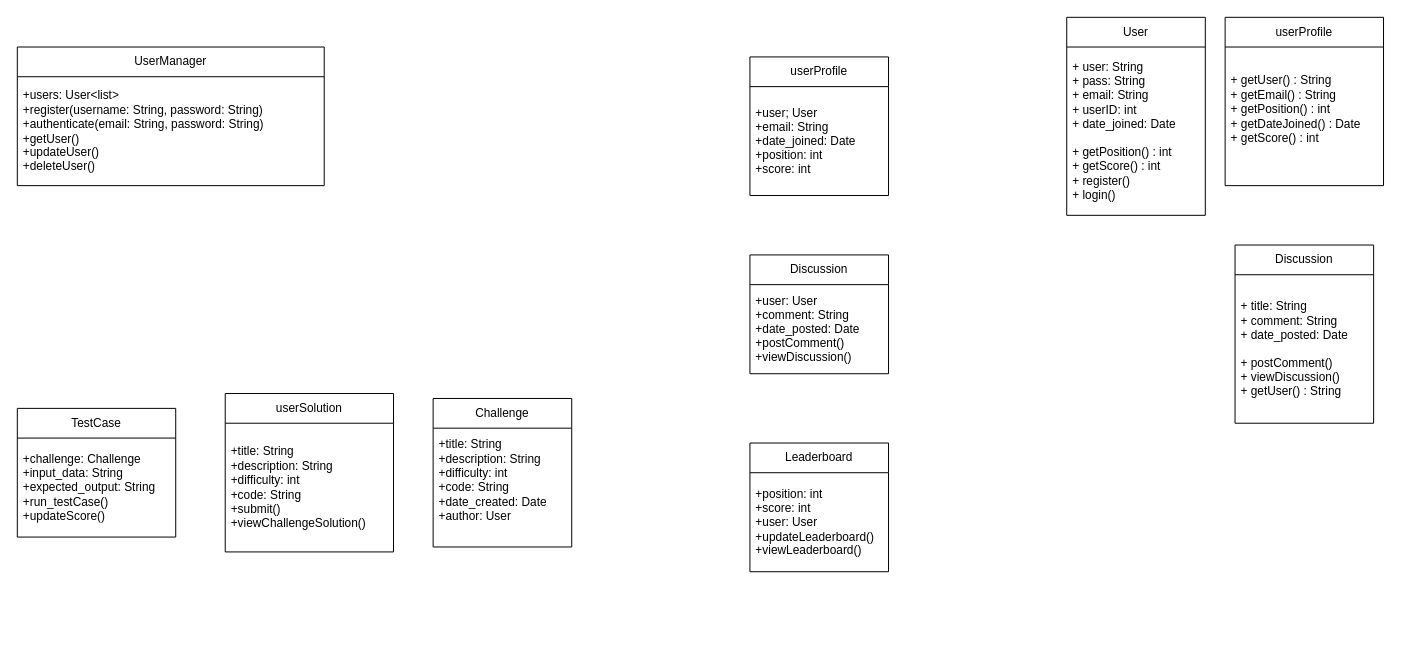
The draw.io diagram class-diagram.drawio in rayesalnasra/code-golf, before the edit. Source tidied: cells renumbered, new cells numbered last; positions are measured from the earlier drawing's top-left corner, leaving out a move shared by most shapes. Both pictures are drawn from the tidied source at 99%, with x=0, y=0 at pixel (17, 17).
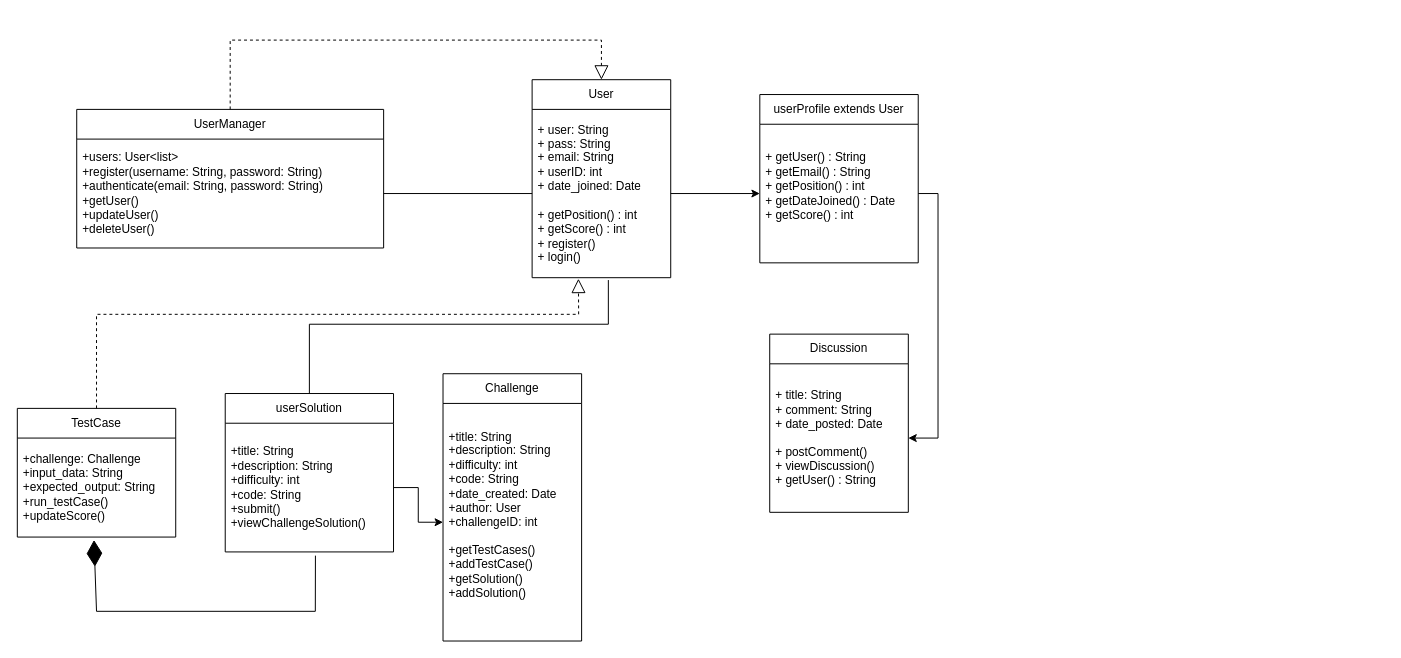
Above is the later version.

The change refers to these unchanged cells:
```xml
<mxCell id="3" value="+users: User&amp;lt;list&amp;gt;&lt;div&gt;+register(username: String, password: String)&lt;/div&gt;&lt;div&gt;+authenticate(email: String, password: String)&lt;/div&gt;&lt;div&gt;+getUser()&lt;/div&gt;&lt;div&gt;+updateUser()&lt;/div&gt;&lt;div&gt;+deleteUser()&lt;/div&gt;" style="text;strokeColor=none;fillColor=none;align=left;verticalAlign=middle;spacingLeft=4;spacingRight=4;overflow=hidden;points=[[0,0.5],[1,0.5]];portConstraint=eastwest;whiteSpace=wrap;html=1;" parent="2" vertex="1">
  <mxGeometry y="30" width="310" height="110" as="geometry" />
</mxCell>
<mxCell id="8" value="userSolution" style="swimlane;fontStyle=0;horizontal=1;startSize=30;whiteSpace=wrap;html=1;" parent="1" vertex="1">
  <mxGeometry x="210" y="380" width="170" height="160" as="geometry" />
</mxCell>
<mxCell id="9" value="+title: String&lt;div&gt;+description: String&lt;/div&gt;&lt;div&gt;+difficulty: int&lt;/div&gt;&lt;div&gt;+code: String&lt;/div&gt;&lt;div&gt;+submit()&lt;/div&gt;&lt;div&gt;+viewChallengeSolution()&lt;/div&gt;" style="text;strokeColor=none;fillColor=none;align=left;verticalAlign=middle;spacingLeft=4;spacingRight=4;overflow=hidden;points=[[0,0.5],[1,0.5]];portConstraint=eastwest;whiteSpace=wrap;html=1;" parent="8" vertex="1">
  <mxGeometry y="30" width="170" height="130" as="geometry" />
</mxCell>
<mxCell id="10" value="TestCase" style="swimlane;fontStyle=0;horizontal=1;startSize=30;whiteSpace=wrap;html=1;" parent="1" vertex="1">
  <mxGeometry y="395" width="160" height="130" as="geometry" />
</mxCell>
<mxCell id="11" value="+challenge: Challenge&lt;div&gt;+input_data: String&lt;/div&gt;&lt;div&gt;+expected_output: String&amp;nbsp;&lt;/div&gt;&lt;div&gt;+run_testCase()&lt;/div&gt;&lt;div&gt;+updateScore()&lt;/div&gt;" style="text;strokeColor=none;fillColor=none;align=left;verticalAlign=middle;spacingLeft=4;spacingRight=4;overflow=hidden;points=[[0,0.5],[1,0.5]];portConstraint=eastwest;whiteSpace=wrap;html=1;" parent="10" vertex="1">
  <mxGeometry y="30" width="160" height="100" as="geometry" />
</mxCell>
<mxCell id="17" value="+ user: String&lt;div&gt;+ pass: String&lt;/div&gt;&lt;div&gt;+ email: String&lt;/div&gt;&lt;div&gt;+ userID: int&lt;/div&gt;&lt;div&gt;+ date_joined: Date&lt;/div&gt;&lt;div&gt;&lt;br&gt;&lt;/div&gt;&lt;div&gt;+ getPosition() : int&lt;/div&gt;&lt;div&gt;+ getScore() : int&lt;/div&gt;&lt;div&gt;+ register()&lt;/div&gt;&lt;div&gt;+ login()&lt;/div&gt;" style="text;strokeColor=none;fillColor=none;align=left;verticalAlign=middle;spacingLeft=4;spacingRight=4;overflow=hidden;points=[[0,0.5],[1,0.5]];portConstraint=eastwest;whiteSpace=wrap;html=1;" parent="16" vertex="1">
  <mxGeometry y="30" width="140" height="170" as="geometry" />
</mxCell>
<mxCell id="19" value="+ getUser() : String&lt;div&gt;+ getEmail() : String&lt;/div&gt;&lt;div&gt;+ getPosition() : int&lt;/div&gt;&lt;div&gt;+ getDateJoined() : Date&lt;/div&gt;&lt;div&gt;+ getScore() : int&lt;br&gt;&lt;div&gt;&lt;br&gt;&lt;/div&gt;&lt;/div&gt;" style="text;strokeColor=none;fillColor=none;align=left;verticalAlign=middle;spacingLeft=4;spacingRight=4;overflow=hidden;points=[[0,0.5],[1,0.5]];portConstraint=eastwest;whiteSpace=wrap;html=1;" parent="18" vertex="1">
  <mxGeometry y="30" width="160" height="140" as="geometry" />
</mxCell>
<mxCell id="21" value="+ title: String&lt;div&gt;+ comment: String&lt;/div&gt;&lt;div&gt;+ date_posted: Date&lt;/div&gt;&lt;div&gt;&lt;br&gt;&lt;/div&gt;&lt;div&gt;+ postComment()&lt;/div&gt;&lt;div&gt;+ viewDiscussion()&lt;/div&gt;&lt;div&gt;+ getUser() : String&lt;/div&gt;" style="text;strokeColor=none;fillColor=none;align=left;verticalAlign=middle;spacingLeft=4;spacingRight=4;overflow=hidden;points=[[0,0.5],[1,0.5]];portConstraint=eastwest;whiteSpace=wrap;html=1;" parent="20" vertex="1">
  <mxGeometry y="30" width="140" height="150" as="geometry" />
</mxCell>
```

The edit, as a diff of the source:
```diff
@@
     <mxCell id="2" value="UserManager" style="swimlane;fontStyle=0;horizontal=1;startSize=30;whiteSpace=wrap;html=1;" parent="1" vertex="1">
-      <mxGeometry y="30" width="310" height="140" as="geometry" />
+      <mxGeometry x="60" y="93" width="310" height="140" as="geometry" />
     </mxCell>
@@
-    <mxCell id="4" value="Leaderboard" style="swimlane;fontStyle=0;horizontal=1;startSize=30;whiteSpace=wrap;html=1;" parent="1" vertex="1">
-      <mxGeometry x="740" y="430" width="140" height="130" as="geometry" />
-    </mxCell>
-    <mxCell id="5" value="+position: int&lt;div&gt;+score: int&lt;/div&gt;&lt;div&gt;+user: User&lt;/div&gt;&lt;div&gt;+updateLeaderboard()&lt;/div&gt;&lt;div&gt;+viewLeaderboard()&lt;/div&gt;" style="text;strokeColor=none;fillColor=none;align=left;verticalAlign=middle;spacingLeft=4;spacingRight=4;overflow=hidden;whiteSpace=wrap;html=1;" parent="4" vertex="1">
-      <mxGeometry y="30" width="140" height="100" as="geometry" />
-    </mxCell>
     <mxCell id="6" value="Challenge" style="swimlane;fontStyle=0;horizontal=1;startSize=30;whiteSpace=wrap;html=1;" parent="1" vertex="1">
-      <mxGeometry x="420" y="385" width="140" height="150" as="geometry" />
+      <mxGeometry x="430" y="360" width="140" height="270" as="geometry" />
     </mxCell>
-    <mxCell id="7" value="+title: String&lt;div&gt;+description: String&lt;/div&gt;&lt;div&gt;+difficulty: int&lt;/div&gt;&lt;div&gt;+code: String&lt;/div&gt;&lt;div&gt;+date_created: Date&lt;/div&gt;&lt;div&gt;+author: User&lt;/div&gt;&lt;div&gt;&lt;br&gt;&lt;/div&gt;" style="text;strokeColor=none;fillColor=none;align=left;verticalAlign=middle;spacingLeft=4;spacingRight=4;overflow=hidden;points=[[0,0.5],[1,0.5]];portConstraint=eastwest;whiteSpace=wrap;html=1;" parent="6" vertex="1">
-      <mxGeometry y="30" width="140" height="120" as="geometry" />
+    <mxCell id="7" value="+title: String&lt;div&gt;+description: String&lt;/div&gt;&lt;div&gt;+difficulty: int&lt;/div&gt;&lt;div&gt;+code: String&lt;/div&gt;&lt;div&gt;+date_created: Date&lt;/div&gt;&lt;div&gt;+author: User&lt;/div&gt;&lt;div&gt;+challengeID: int&lt;/div&gt;&lt;div&gt;&lt;br&gt;&lt;/div&gt;&lt;div&gt;+getTestCases()&lt;/div&gt;&lt;div&gt;+addTestCase()&lt;/div&gt;&lt;div&gt;+getSolution()&lt;/div&gt;&lt;div&gt;+addSolution()&lt;/div&gt;&lt;div&gt;&lt;br&gt;&lt;/div&gt;" style="text;strokeColor=none;fillColor=none;align=left;verticalAlign=middle;spacingLeft=4;spacingRight=4;overflow=hidden;points=[[0,0.5],[1,0.5]];portConstraint=eastwest;whiteSpace=wrap;html=1;" parent="6" vertex="1">
+      <mxGeometry y="30" width="140" height="240" as="geometry" />
     </mxCell>
@@
-    <mxCell id="12" value="Discussion" style="swimlane;fontStyle=0;horizontal=1;startSize=30;whiteSpace=wrap;html=1;" parent="1" vertex="1">
-      <mxGeometry x="740" y="240" width="140" height="120" as="geometry" />
-    </mxCell>
-    <mxCell id="13" value="+user: User&lt;div&gt;+comment: String&lt;/div&gt;&lt;div&gt;+date_posted: Date&lt;/div&gt;&lt;div&gt;+postComment()&lt;/div&gt;&lt;div&gt;+viewDiscussion()&lt;/div&gt;" style="text;strokeColor=none;fillColor=none;align=left;verticalAlign=middle;spacingLeft=4;spacingRight=4;overflow=hidden;whiteSpace=wrap;html=1;" parent="12" vertex="1">
-      <mxGeometry y="30" width="140" height="90" as="geometry" />
-    </mxCell>
-    <mxCell id="14" value="userProfile" style="swimlane;fontStyle=0;horizontal=1;startSize=30;whiteSpace=wrap;html=1;" parent="1" vertex="1">
-      <mxGeometry x="740" y="40" width="140" height="140" as="geometry" />
-    </mxCell>
-    <mxCell id="15" value="+user; User&lt;div&gt;+email: String&lt;/div&gt;&lt;div&gt;+date_joined: Date&lt;/div&gt;&lt;div&gt;+position: int&lt;/div&gt;&lt;div&gt;+score: int&lt;/div&gt;" style="text;strokeColor=none;fillColor=none;align=left;verticalAlign=middle;spacingLeft=4;spacingRight=4;overflow=hidden;whiteSpace=wrap;html=1;" parent="14" vertex="1">
-      <mxGeometry y="30" width="140" height="110" as="geometry" />
-    </mxCell>
     <mxCell id="16" value="User" style="swimlane;fontStyle=0;horizontal=1;startSize=30;whiteSpace=wrap;html=1;" parent="1" vertex="1">
-      <mxGeometry x="1060" width="140" height="200" as="geometry" />
+      <mxGeometry x="520" y="63" width="140" height="200" as="geometry" />
     </mxCell>
@@
-    <mxCell id="18" value="userProfile" style="swimlane;fontStyle=0;horizontal=1;startSize=30;whiteSpace=wrap;html=1;" parent="1" vertex="1">
-      <mxGeometry x="1220" width="160" height="170" as="geometry" />
+    <mxCell id="18" value="userProfile extends User" style="swimlane;fontStyle=0;horizontal=1;startSize=30;whiteSpace=wrap;html=1;" parent="1" vertex="1">
+      <mxGeometry x="750" y="78" width="160" height="170" as="geometry" />
     </mxCell>
@@
     <mxCell id="20" value="Discussion" style="swimlane;fontStyle=0;horizontal=1;startSize=30;whiteSpace=wrap;html=1;" parent="1" vertex="1">
-      <mxGeometry x="1230" y="230" width="140" height="180" as="geometry" />
+      <mxGeometry x="760" y="320" width="140" height="180" as="geometry" />
     </mxCell>
@@
+    <mxCell id="22" style="endArrow=none;html=1;rounded=0;exitX=1;exitY=0.5;exitDx=0;exitDy=0;entryX=0;entryY=0.5;entryDx=0;entryDy=0;" parent="1" edge="1" source="3" target="17">
+      <mxGeometry relative="1" as="geometry" />
+    </mxCell>
+    <mxCell id="23" style="endArrow=block;dashed=1;endFill=0;endSize=12;html=1;rounded=0;exitX=0.5;exitY=0;exitDx=0;exitDy=0;entryX=0.5;entryY=0;entryDx=0;entryDy=0;" parent="1" edge="1" source="2" target="16">
+      <mxGeometry relative="1" as="geometry">
+        <Array as="points">
+          <mxPoint x="215" y="23" />
+          <mxPoint x="400" y="23" />
+          <mxPoint x="590" y="23" />
+        </Array>
+      </mxGeometry>
+    </mxCell>
+    <mxCell id="24" style="edgeStyle=orthogonalEdgeStyle;rounded=0;jettySize=auto;html=1;entryX=0;entryY=0.5;entryDx=0;entryDy=0;" parent="1" edge="1" source="17" target="19">
+      <mxGeometry relative="1" as="geometry" />
+    </mxCell>
+    <mxCell id="25" style="endArrow=diamondThin;endFill=1;endSize=24;html=1;rounded=0;entryX=0.484;entryY=1.03;entryDx=0;entryDy=0;entryPerimeter=0;exitX=0.536;exitY=1.029;exitDx=0;exitDy=0;exitPerimeter=0;" parent="1" edge="1" source="9" target="11">
+      <mxGeometry relative="1" as="geometry">
+        <Array as="points">
+          <mxPoint x="301" y="600" />
+          <mxPoint x="80" y="600" />
+        </Array>
+      </mxGeometry>
+    </mxCell>
+    <mxCell id="26" style="edgeStyle=orthogonalEdgeStyle;rounded=0;jettySize=auto;html=1;" parent="1" edge="1" source="19" target="21">
+      <mxGeometry relative="1" as="geometry">
+        <Array as="points">
+          <mxPoint x="930" y="178" />
+          <mxPoint x="930" y="425" />
+        </Array>
+      </mxGeometry>
+    </mxCell>
+    <mxCell id="27" style="edgeStyle=orthogonalEdgeStyle;rounded=0;jettySize=auto;html=1;entryX=0;entryY=0.5;entryDx=0;entryDy=0;" parent="1" edge="1" source="9" target="7">
+      <mxGeometry relative="1" as="geometry" />
+    </mxCell>
+    <mxCell id="28" style="endArrow=none;html=1;rounded=0;exitX=0.5;exitY=0;exitDx=0;exitDy=0;entryX=0.55;entryY=1.014;entryDx=0;entryDy=0;entryPerimeter=0;" parent="1" edge="1" source="8" target="17">
+      <mxGeometry relative="1" as="geometry">
+        <Array as="points">
+          <mxPoint x="295" y="310" />
+          <mxPoint x="597" y="310" />
+        </Array>
+      </mxGeometry>
+    </mxCell>
+    <mxCell id="29" style="endArrow=block;dashed=1;endFill=0;endSize=12;html=1;rounded=0;exitX=0.5;exitY=0;exitDx=0;exitDy=0;entryX=0.334;entryY=1.006;entryDx=0;entryDy=0;entryPerimeter=0;" parent="1" edge="1" source="10" target="17">
+      <mxGeometry relative="1" as="geometry">
+        <Array as="points">
+          <mxPoint x="80" y="300" />
+          <mxPoint x="567" y="300" />
+        </Array>
+      </mxGeometry>
+    </mxCell>
```
